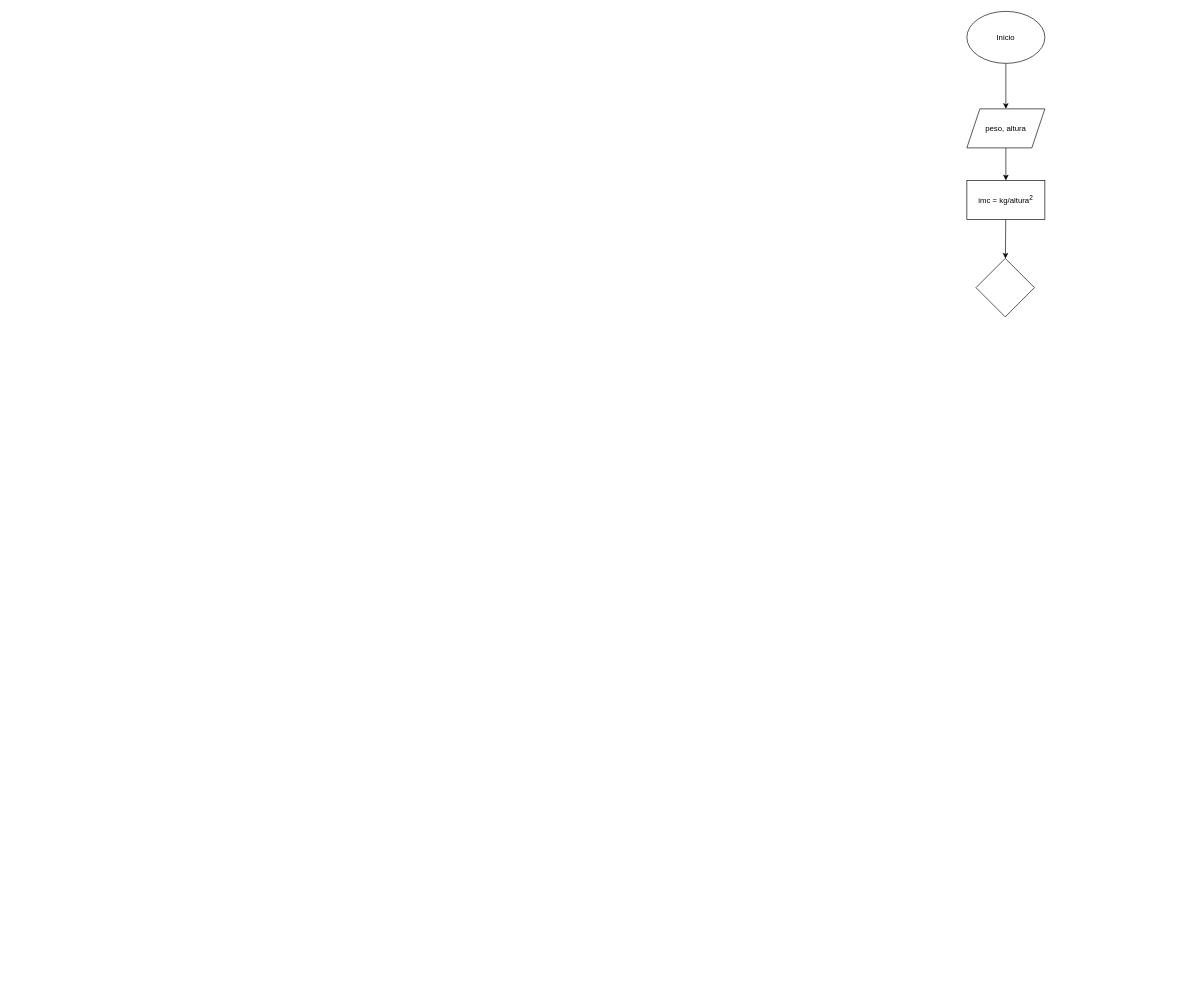
Earlier version of the draw.io diagram ejercicio4/diagrama.drawio (andresgarcia108/taller_condicionales). Source tidied: cells renumbered, new cells numbered last; positions are measured from the earlier drawing's top-left corner, leaving out a move shared by most shapes. Both pictures are drawn from the tidied source at 65%, with x=0, y=0 at pixel (967, 11).
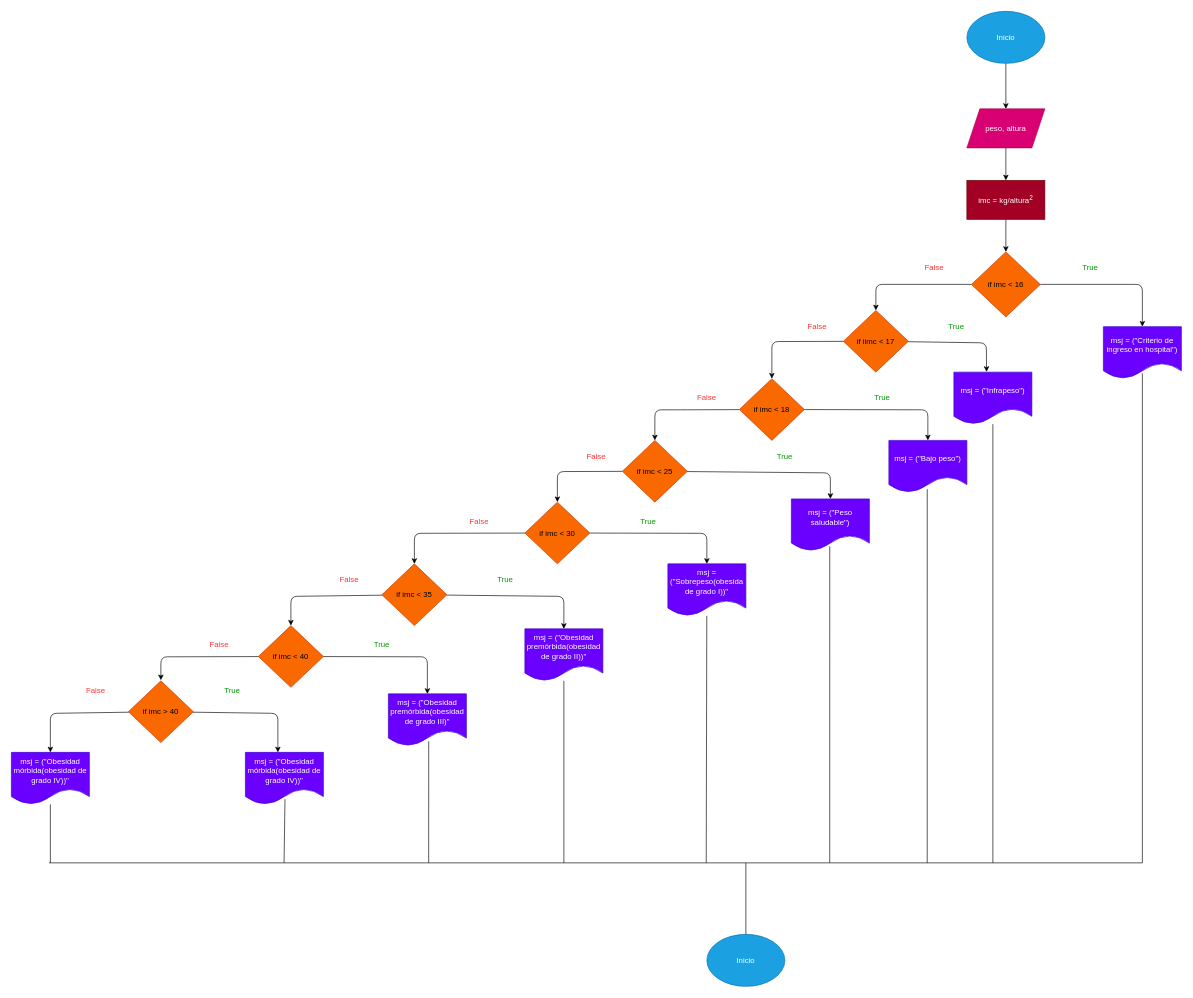
After the change.

What changed in the source:
```diff
@@
-    <mxCell id="3" value="Inicio" style="ellipse;whiteSpace=wrap;html=1;" parent="1" vertex="1">
+    <mxCell id="3" value="Inicio" style="ellipse;whiteSpace=wrap;html=1;fillColor=#1ba1e2;fontColor=#ffffff;strokeColor=#006EAF;" parent="1" vertex="1">
       <mxGeometry width="120" height="80" as="geometry" />
     </mxCell>
@@
-    <mxCell id="5" value="peso, altura" style="shape=parallelogram;perimeter=parallelogramPerimeter;whiteSpace=wrap;html=1;fixedSize=1;" parent="1" vertex="1">
+    <mxCell id="5" value="peso, altura" style="shape=parallelogram;perimeter=parallelogramPerimeter;whiteSpace=wrap;html=1;fixedSize=1;fillColor=#d80073;fontColor=#ffffff;strokeColor=#A50040;" parent="1" vertex="1">
       <mxGeometry y="150" width="120" height="60" as="geometry" />
     </mxCell>
@@
-    <mxCell id="7" value="imc = kg/altura&lt;sup&gt;2&lt;/sup&gt;" style="rounded=0;whiteSpace=wrap;html=1;" parent="1" vertex="1">
+    <mxCell id="7" value="imc = kg/altura&lt;sup&gt;2&lt;/sup&gt;" style="rounded=0;whiteSpace=wrap;html=1;fillColor=#a20025;fontColor=#ffffff;strokeColor=#6F0000;" parent="1" vertex="1">
       <mxGeometry y="260" width="120" height="60" as="geometry" />
     </mxCell>
+    <mxCell id="9" style="edgeStyle=none;html=1;" parent="1" edge="1" source="8" target="11">
+      <mxGeometry relative="1" as="geometry">
+        <Array as="points">
+          <mxPoint x="270" y="420" />
+        </Array>
+      </mxGeometry>
+    </mxCell>
+    <mxCell id="10" style="edgeStyle=none;html=1;" parent="1" edge="1" source="8">
+      <mxGeometry relative="1" as="geometry">
+        <mxPoint x="-140" y="460" as="targetPoint" />
+        <Array as="points">
+          <mxPoint x="-140" y="420" />
+        </Array>
+      </mxGeometry>
+    </mxCell>
-    <mxCell id="8" style="rhombus;whiteSpace=wrap;html=1;rounded=0;" parent="1" vertex="1">
-      <mxGeometry x="14" y="380" width="90" height="90" as="geometry" />
+    <mxCell id="8" value="if imc &amp;lt; 16" style="rhombus;whiteSpace=wrap;html=1;rounded=0;fillColor=#fa6800;fontColor=#000000;strokeColor=#C73500;" parent="1" vertex="1">
+      <mxGeometry x="7" y="370" width="106" height="100" as="geometry" />
     </mxCell>
+    <mxCell id="11" value="msj = (&quot;Criterio de ingreso en hospital&quot;)" style="shape=document;whiteSpace=wrap;html=1;boundedLbl=1;rounded=0;fillColor=#6a00ff;fontColor=#ffffff;strokeColor=#3700CC;" parent="1" vertex="1">
+      <mxGeometry x="210" y="485" width="120" height="80" as="geometry" />
+    </mxCell>
+    <mxCell id="12" style="edgeStyle=none;html=1;entryX=0.419;entryY=-0.005;entryDx=0;entryDy=0;entryPerimeter=0;" parent="1" edge="1" source="14" target="15">
+      <mxGeometry relative="1" as="geometry">
+        <Array as="points">
+          <mxPoint x="30" y="510" />
+        </Array>
+      </mxGeometry>
+    </mxCell>
+    <mxCell id="13" style="edgeStyle=none;html=1;" parent="1" edge="1" source="14">
+      <mxGeometry relative="1" as="geometry">
+        <mxPoint x="-300" y="565" as="targetPoint" />
+        <Array as="points">
+          <mxPoint x="-300" y="508" />
+        </Array>
+      </mxGeometry>
+    </mxCell>
+    <mxCell id="14" value="if iimc &amp;lt; 17" style="rhombus;whiteSpace=wrap;html=1;rounded=0;fillColor=#fa6800;fontColor=#000000;strokeColor=#C73500;" parent="1" vertex="1">
+      <mxGeometry x="-190" y="460" width="100" height="95" as="geometry" />
+    </mxCell>
+    <mxCell id="15" value="msj = (&quot;Infrapeso&quot;)" style="shape=document;whiteSpace=wrap;html=1;boundedLbl=1;rounded=0;fillColor=#6a00ff;fontColor=#ffffff;strokeColor=#3700CC;" parent="1" vertex="1">
+      <mxGeometry x="-20" y="555" width="120" height="80" as="geometry" />
+    </mxCell>
+    <mxCell id="16" style="edgeStyle=none;html=1;" parent="1" edge="1" source="18">
+      <mxGeometry relative="1" as="geometry">
+        <mxPoint x="-480" y="660" as="targetPoint" />
+        <Array as="points">
+          <mxPoint x="-440" y="613" />
+          <mxPoint x="-480" y="613" />
+        </Array>
+      </mxGeometry>
+    </mxCell>
+    <mxCell id="17" style="edgeStyle=none;html=1;" parent="1" edge="1" source="18" target="40">
+      <mxGeometry relative="1" as="geometry">
+        <Array as="points">
+          <mxPoint x="-60" y="613" />
+        </Array>
+      </mxGeometry>
+    </mxCell>
+    <mxCell id="18" value="if imc &amp;lt; 18" style="rhombus;whiteSpace=wrap;html=1;rounded=0;fillColor=#fa6800;fontColor=#000000;strokeColor=#C73500;" parent="1" vertex="1">
+      <mxGeometry x="-350" y="565" width="100" height="95" as="geometry" />
+    </mxCell>
+    <mxCell id="19" style="edgeStyle=none;html=1;" parent="1" edge="1" source="21">
+      <mxGeometry relative="1" as="geometry">
+        <mxPoint x="-630" y="755" as="targetPoint" />
+        <Array as="points">
+          <mxPoint x="-630" y="708" />
+        </Array>
+      </mxGeometry>
+    </mxCell>
+    <mxCell id="20" style="edgeStyle=none;html=1;" parent="1" edge="1" source="21" target="39">
+      <mxGeometry relative="1" as="geometry">
+        <Array as="points">
+          <mxPoint x="-210" y="710" />
+        </Array>
+      </mxGeometry>
+    </mxCell>
+    <mxCell id="21" value="if imc &amp;lt; 25" style="rhombus;whiteSpace=wrap;html=1;rounded=0;fillColor=#fa6800;fontColor=#000000;strokeColor=#C73500;" parent="1" vertex="1">
+      <mxGeometry x="-530" y="660" width="100" height="95" as="geometry" />
+    </mxCell>
+    <mxCell id="22" style="edgeStyle=none;html=1;" parent="1" edge="1" source="24">
+      <mxGeometry relative="1" as="geometry">
+        <mxPoint x="-850" y="850" as="targetPoint" />
+        <Array as="points">
+          <mxPoint x="-850" y="803" />
+        </Array>
+      </mxGeometry>
+    </mxCell>
+    <mxCell id="23" style="edgeStyle=none;html=1;" parent="1" edge="1" source="24" target="38">
+      <mxGeometry relative="1" as="geometry">
+        <Array as="points">
+          <mxPoint x="-400" y="803" />
+        </Array>
+      </mxGeometry>
+    </mxCell>
+    <mxCell id="24" value="if imc &amp;lt; 30" style="rhombus;whiteSpace=wrap;html=1;rounded=0;fillColor=#fa6800;fontColor=#000000;strokeColor=#C73500;" parent="1" vertex="1">
+      <mxGeometry x="-680" y="755" width="100" height="95" as="geometry" />
+    </mxCell>
+    <mxCell id="25" style="edgeStyle=none;html=1;" parent="1" edge="1" source="27">
+      <mxGeometry relative="1" as="geometry">
+        <mxPoint x="-1040" y="945" as="targetPoint" />
+        <Array as="points">
+          <mxPoint x="-1040" y="900" />
+        </Array>
+      </mxGeometry>
+    </mxCell>
+    <mxCell id="26" style="edgeStyle=none;html=1;" parent="1" edge="1" source="27" target="37">
+      <mxGeometry relative="1" as="geometry">
+        <Array as="points">
+          <mxPoint x="-620" y="900" />
+        </Array>
+      </mxGeometry>
+    </mxCell>
+    <mxCell id="27" value="if imc &amp;lt; 35" style="rhombus;whiteSpace=wrap;html=1;rounded=0;fillColor=#fa6800;fontColor=#000000;strokeColor=#C73500;" parent="1" vertex="1">
+      <mxGeometry x="-900" y="850" width="100" height="95" as="geometry" />
+    </mxCell>
+    <mxCell id="28" style="edgeStyle=none;html=1;" parent="1" edge="1" source="30">
+      <mxGeometry relative="1" as="geometry">
+        <mxPoint x="-1240" y="1029" as="targetPoint" />
+        <Array as="points">
+          <mxPoint x="-1240" y="993" />
+        </Array>
+      </mxGeometry>
+    </mxCell>
+    <mxCell id="29" style="edgeStyle=none;html=1;" parent="1" edge="1" source="30" target="36">
+      <mxGeometry relative="1" as="geometry">
+        <Array as="points">
+          <mxPoint x="-830" y="993" />
+        </Array>
+      </mxGeometry>
+    </mxCell>
+    <mxCell id="30" value="if imc &amp;lt; 40" style="rhombus;whiteSpace=wrap;html=1;rounded=0;fillColor=#fa6800;fontColor=#000000;strokeColor=#C73500;" parent="1" vertex="1">
+      <mxGeometry x="-1090" y="945" width="100" height="95" as="geometry" />
+    </mxCell>
+    <mxCell id="31" style="edgeStyle=none;html=1;" parent="1" edge="1" source="33" target="34">
+      <mxGeometry relative="1" as="geometry">
+        <Array as="points">
+          <mxPoint x="-1410" y="1080" />
+        </Array>
+      </mxGeometry>
+    </mxCell>
+    <mxCell id="32" style="edgeStyle=none;html=1;" parent="1" edge="1" source="33">
+      <mxGeometry relative="1" as="geometry">
+        <mxPoint x="-1060" y="1140" as="targetPoint" />
+        <Array as="points">
+          <mxPoint x="-1060" y="1080" />
+          <mxPoint x="-1060" y="1120" />
+          <mxPoint x="-1060" y="1130" />
+        </Array>
+      </mxGeometry>
+    </mxCell>
+    <mxCell id="33" value="if imc &amp;gt; 40" style="rhombus;whiteSpace=wrap;html=1;rounded=0;fillColor=#fa6800;fontColor=#000000;strokeColor=#C73500;" parent="1" vertex="1">
+      <mxGeometry x="-1290" y="1030" width="100" height="95" as="geometry" />
+    </mxCell>
+    <mxCell id="34" value="msj = (&quot;Obesidad mórbida(obesidad de grado IV))&quot;" style="shape=document;whiteSpace=wrap;html=1;boundedLbl=1;rounded=0;fillColor=#6a00ff;fontColor=#ffffff;strokeColor=#3700CC;" parent="1" vertex="1">
+      <mxGeometry x="-1470" y="1140" width="120" height="80" as="geometry" />
+    </mxCell>
+    <mxCell id="35" value="msj = (&quot;Obesidad mórbida(obesidad de grado IV))&quot;" style="shape=document;whiteSpace=wrap;html=1;boundedLbl=1;rounded=0;fillColor=#6a00ff;fontColor=#ffffff;strokeColor=#3700CC;" parent="1" vertex="1">
+      <mxGeometry x="-1110" y="1140" width="120" height="80" as="geometry" />
+    </mxCell>
+    <mxCell id="36" value="msj = (&quot;Obesidad premórbida(obesidad de grado III)&quot;" style="shape=document;whiteSpace=wrap;html=1;boundedLbl=1;rounded=0;fillColor=#6a00ff;fontColor=#ffffff;strokeColor=#3700CC;" parent="1" vertex="1">
+      <mxGeometry x="-890" y="1050" width="120" height="80" as="geometry" />
+    </mxCell>
+    <mxCell id="37" value="msj = (&quot;Obesidad premórbida(obesidad de grado II))&quot;" style="shape=document;whiteSpace=wrap;html=1;boundedLbl=1;rounded=0;fillColor=#6a00ff;fontColor=#ffffff;strokeColor=#3700CC;" parent="1" vertex="1">
+      <mxGeometry x="-680" y="950" width="120" height="80" as="geometry" />
+    </mxCell>
+    <mxCell id="38" value="msj = (&quot;Sobrepeso(obesida de grado I))&quot;" style="shape=document;whiteSpace=wrap;html=1;boundedLbl=1;rounded=0;fillColor=#6a00ff;fontColor=#ffffff;strokeColor=#3700CC;" parent="1" vertex="1">
+      <mxGeometry x="-460" y="850" width="120" height="80" as="geometry" />
+    </mxCell>
+    <mxCell id="39" value="msj = (&quot;Peso saludable&quot;)" style="shape=document;whiteSpace=wrap;html=1;boundedLbl=1;rounded=0;fillColor=#6a00ff;fontColor=#ffffff;strokeColor=#3700CC;" parent="1" vertex="1">
+      <mxGeometry x="-270" y="750" width="120" height="80" as="geometry" />
+    </mxCell>
+    <mxCell id="40" value="msj = (&quot;Bajo peso&quot;)" style="shape=document;whiteSpace=wrap;html=1;boundedLbl=1;rounded=0;fillColor=#6a00ff;fontColor=#ffffff;strokeColor=#3700CC;" parent="1" vertex="1">
+      <mxGeometry x="-120" y="660" width="120" height="80" as="geometry" />
+    </mxCell>
+    <mxCell id="41" value="True" style="text;html=1;strokeColor=none;fillColor=none;align=center;verticalAlign=middle;whiteSpace=wrap;rounded=0;fontColor=#009900;glass=0;" parent="1" vertex="1">
+      <mxGeometry x="160" y="380" width="60" height="30" as="geometry" />
+    </mxCell>
+    <mxCell id="42" value="True" style="text;html=1;strokeColor=none;fillColor=none;align=center;verticalAlign=middle;whiteSpace=wrap;rounded=0;fontColor=#009900;glass=0;" parent="1" vertex="1">
+      <mxGeometry x="-46" y="470" width="60" height="30" as="geometry" />
+    </mxCell>
+    <mxCell id="43" value="True" style="text;html=1;strokeColor=none;fillColor=none;align=center;verticalAlign=middle;whiteSpace=wrap;rounded=0;fontColor=#009900;glass=0;" parent="1" vertex="1">
+      <mxGeometry x="-160" y="580" width="60" height="30" as="geometry" />
+    </mxCell>
+    <mxCell id="44" value="True" style="text;html=1;strokeColor=none;fillColor=none;align=center;verticalAlign=middle;whiteSpace=wrap;rounded=0;fontColor=#009900;glass=0;" parent="1" vertex="1">
+      <mxGeometry x="-310" y="670" width="60" height="30" as="geometry" />
+    </mxCell>
+    <mxCell id="45" value="True" style="text;html=1;strokeColor=none;fillColor=none;align=center;verticalAlign=middle;whiteSpace=wrap;rounded=0;fontColor=#009900;glass=0;" parent="1" vertex="1">
+      <mxGeometry x="-520" y="770" width="60" height="30" as="geometry" />
+    </mxCell>
+    <mxCell id="46" value="True" style="text;html=1;strokeColor=none;fillColor=none;align=center;verticalAlign=middle;whiteSpace=wrap;rounded=0;fontColor=#009900;glass=0;" parent="1" vertex="1">
+      <mxGeometry x="-740" y="860" width="60" height="30" as="geometry" />
+    </mxCell>
+    <mxCell id="47" value="True" style="text;html=1;strokeColor=none;fillColor=none;align=center;verticalAlign=middle;whiteSpace=wrap;rounded=0;fontColor=#009900;glass=0;" parent="1" vertex="1">
+      <mxGeometry x="-930" y="960" width="60" height="30" as="geometry" />
+    </mxCell>
+    <mxCell id="48" value="True" style="text;html=1;strokeColor=none;fillColor=none;align=center;verticalAlign=middle;whiteSpace=wrap;rounded=0;fontColor=#009900;glass=0;" parent="1" vertex="1">
+      <mxGeometry x="-1160" y="1030" width="60" height="30" as="geometry" />
+    </mxCell>
+    <mxCell id="49" value="False" style="text;html=1;strokeColor=none;fillColor=none;align=center;verticalAlign=middle;whiteSpace=wrap;rounded=0;glass=0;fontColor=#FF3333;" parent="1" vertex="1">
+      <mxGeometry x="-80" y="380" width="60" height="30" as="geometry" />
+    </mxCell>
+    <mxCell id="50" value="False" style="text;html=1;strokeColor=none;fillColor=none;align=center;verticalAlign=middle;whiteSpace=wrap;rounded=0;glass=0;fontColor=#FF3333;" parent="1" vertex="1">
+      <mxGeometry x="-260" y="470" width="60" height="30" as="geometry" />
+    </mxCell>
+    <mxCell id="51" value="False" style="text;html=1;strokeColor=none;fillColor=none;align=center;verticalAlign=middle;whiteSpace=wrap;rounded=0;glass=0;fontColor=#FF3333;" parent="1" vertex="1">
+      <mxGeometry x="-430" y="580" width="60" height="30" as="geometry" />
+    </mxCell>
+    <mxCell id="52" value="False" style="text;html=1;strokeColor=none;fillColor=none;align=center;verticalAlign=middle;whiteSpace=wrap;rounded=0;glass=0;fontColor=#FF3333;" parent="1" vertex="1">
+      <mxGeometry x="-600" y="670" width="60" height="30" as="geometry" />
+    </mxCell>
+    <mxCell id="53" value="False" style="text;html=1;strokeColor=none;fillColor=none;align=center;verticalAlign=middle;whiteSpace=wrap;rounded=0;glass=0;fontColor=#FF3333;" parent="1" vertex="1">
+      <mxGeometry x="-780" y="770" width="60" height="30" as="geometry" />
+    </mxCell>
+    <mxCell id="54" value="False" style="text;html=1;strokeColor=none;fillColor=none;align=center;verticalAlign=middle;whiteSpace=wrap;rounded=0;glass=0;fontColor=#FF3333;" parent="1" vertex="1">
+      <mxGeometry x="-980" y="860" width="60" height="30" as="geometry" />
+    </mxCell>
+    <mxCell id="55" value="False" style="text;html=1;strokeColor=none;fillColor=none;align=center;verticalAlign=middle;whiteSpace=wrap;rounded=0;glass=0;fontColor=#FF3333;" parent="1" vertex="1">
+      <mxGeometry x="-1180" y="960" width="60" height="30" as="geometry" />
+    </mxCell>
+    <mxCell id="56" value="False" style="text;html=1;strokeColor=none;fillColor=none;align=center;verticalAlign=middle;whiteSpace=wrap;rounded=0;glass=0;fontColor=#FF3333;" parent="1" vertex="1">
+      <mxGeometry x="-1370" y="1030" width="60" height="30" as="geometry" />
+    </mxCell>
+    <mxCell id="57" style="endArrow=none;html=1;" parent="1" edge="1" target="34">
+      <mxGeometry relative="1" as="geometry">
+        <mxPoint x="-1410" y="1310" as="sourcePoint" />
+      </mxGeometry>
+    </mxCell>
+    <mxCell id="58" style="endArrow=none;html=1;entryX=0.508;entryY=0.9;entryDx=0;entryDy=0;entryPerimeter=0;" parent="1" edge="1" target="35">
+      <mxGeometry relative="1" as="geometry">
+        <mxPoint x="-1050.5" y="1310" as="sourcePoint" />
+      </mxGeometry>
+    </mxCell>
+    <mxCell id="59" style="endArrow=none;html=1;entryX=0.517;entryY=0.913;entryDx=0;entryDy=0;entryPerimeter=0;" parent="1" edge="1" target="36">
+      <mxGeometry relative="1" as="geometry">
+        <mxPoint x="-828" y="1310" as="sourcePoint" />
+      </mxGeometry>
+    </mxCell>
+    <mxCell id="60" style="endArrow=none;html=1;" parent="1" edge="1" target="37">
+      <mxGeometry relative="1" as="geometry">
+        <mxPoint x="-620" y="1310" as="sourcePoint" />
+      </mxGeometry>
+    </mxCell>
+    <mxCell id="61" style="endArrow=none;html=1;" parent="1" edge="1" target="38">
+      <mxGeometry relative="1" as="geometry">
+        <mxPoint x="-401" y="1310" as="sourcePoint" />
+      </mxGeometry>
+    </mxCell>
+    <mxCell id="62" style="endArrow=none;html=1;entryX=0.492;entryY=0.913;entryDx=0;entryDy=0;entryPerimeter=0;" parent="1" edge="1" target="39">
+      <mxGeometry relative="1" as="geometry">
+        <mxPoint x="-211" y="1310" as="sourcePoint" />
+      </mxGeometry>
+    </mxCell>
+    <mxCell id="63" style="endArrow=none;html=1;entryX=0.492;entryY=0.938;entryDx=0;entryDy=0;entryPerimeter=0;" parent="1" edge="1" target="40">
+      <mxGeometry relative="1" as="geometry">
+        <mxPoint x="-61" y="1310" as="sourcePoint" />
+      </mxGeometry>
+    </mxCell>
+    <mxCell id="64" style="endArrow=none;html=1;" parent="1" edge="1" target="15">
+      <mxGeometry relative="1" as="geometry">
+        <mxPoint x="40" y="1310" as="sourcePoint" />
+      </mxGeometry>
+    </mxCell>
+    <mxCell id="65" style="endArrow=none;html=1;entryX=0.5;entryY=0.9;entryDx=0;entryDy=0;entryPerimeter=0;" parent="1" edge="1" target="11">
+      <mxGeometry relative="1" as="geometry">
+        <mxPoint x="270" y="1310" as="sourcePoint" />
+      </mxGeometry>
+    </mxCell>
+    <mxCell id="66" style="endArrow=none;html=1;" parent="1" edge="1">
+      <mxGeometry relative="1" as="geometry">
+        <mxPoint x="-1412" y="1310" as="sourcePoint" />
+        <mxPoint x="270" y="1310" as="targetPoint" />
+      </mxGeometry>
+    </mxCell>
+    <mxCell id="67" style="endArrow=none;html=1;" parent="1" edge="1">
+      <mxGeometry relative="1" as="geometry">
+        <mxPoint x="-340" y="1420" as="sourcePoint" />
+        <mxPoint x="-340" y="1310" as="targetPoint" />
+      </mxGeometry>
+    </mxCell>
+    <mxCell id="68" value="Inicio" style="ellipse;whiteSpace=wrap;html=1;fillColor=#1ba1e2;fontColor=#ffffff;strokeColor=#006EAF;" parent="1" vertex="1">
+      <mxGeometry x="-400" y="1420" width="120" height="80" as="geometry" />
+    </mxCell>
```
